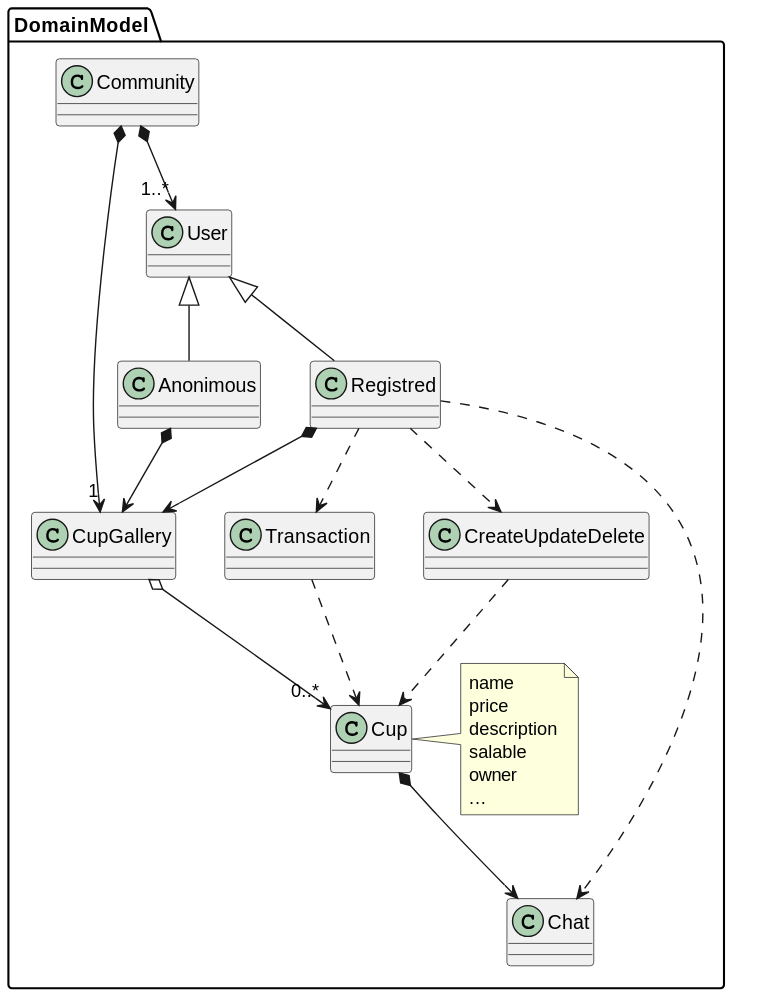
This is out/documentation/uml/domainModel/domainModel.svg from jumpering/fanaticupsFront, a PlantUML export, as it was before one commit. The source it was exported from:
```plantuml
@startuml domainModel
namespace DomainModel{
class Community
class User
class Registred
class Anonimous
class CupGallery
class Cup
note left: name\nprice\ndescription\nsalable\nowner\n...
class Chat
class Transaction
class CreateUpdateDelete
Community *-->"1..*" User
Community *-->"1" CupGallery
CupGallery o-->"0..*" Cup
Cup *--> Chat
Anonimous *--> CupGallery
Registred *--> CupGallery
User  <|-- Registred
User  <|-- Anonimous
Registred ..> Transaction
Registred ..> Chat
Registred ..> CreateUpdateDelete
CreateUpdateDelete ..> Cup
Transaction ..>Cup
}
@enduml
```
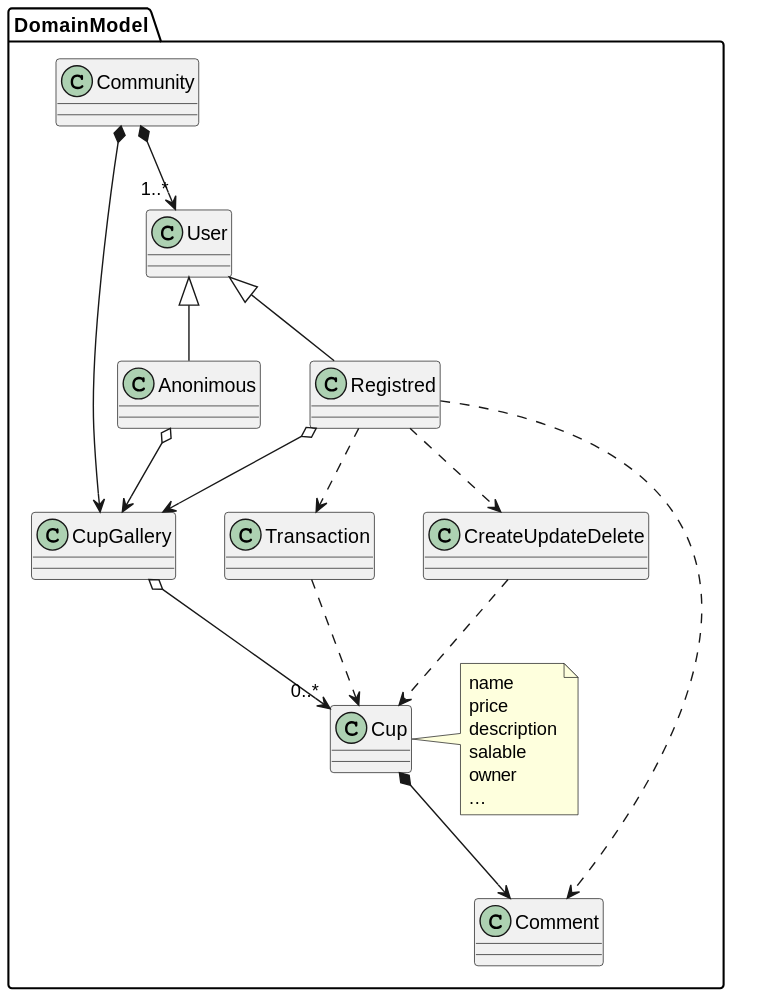
Above is the later version.

The edit, as a diff of the source:
```diff
@@ -7,19 +7,19 @@
 class CupGallery
 class Cup
 note left: name\nprice\ndescription\nsalable\nowner\n...
-class Chat
+class Comment
 class Transaction
 class CreateUpdateDelete
 Community *-->"1..*" User
-Community *-->"1" CupGallery
+Community *--> CupGallery
 CupGallery o-->"0..*" Cup
-Cup *--> Chat
-Anonimous *--> CupGallery
-Registred *--> CupGallery
+Cup *--> Comment
+Anonimous o--> CupGallery
+Registred o--> CupGallery
 User  <|-- Registred
 User  <|-- Anonimous
 Registred ..> Transaction
-Registred ..> Chat
+Registred ..> Comment
 Registred ..> CreateUpdateDelete
 CreateUpdateDelete ..> Cup
 Transaction ..>Cup
```
